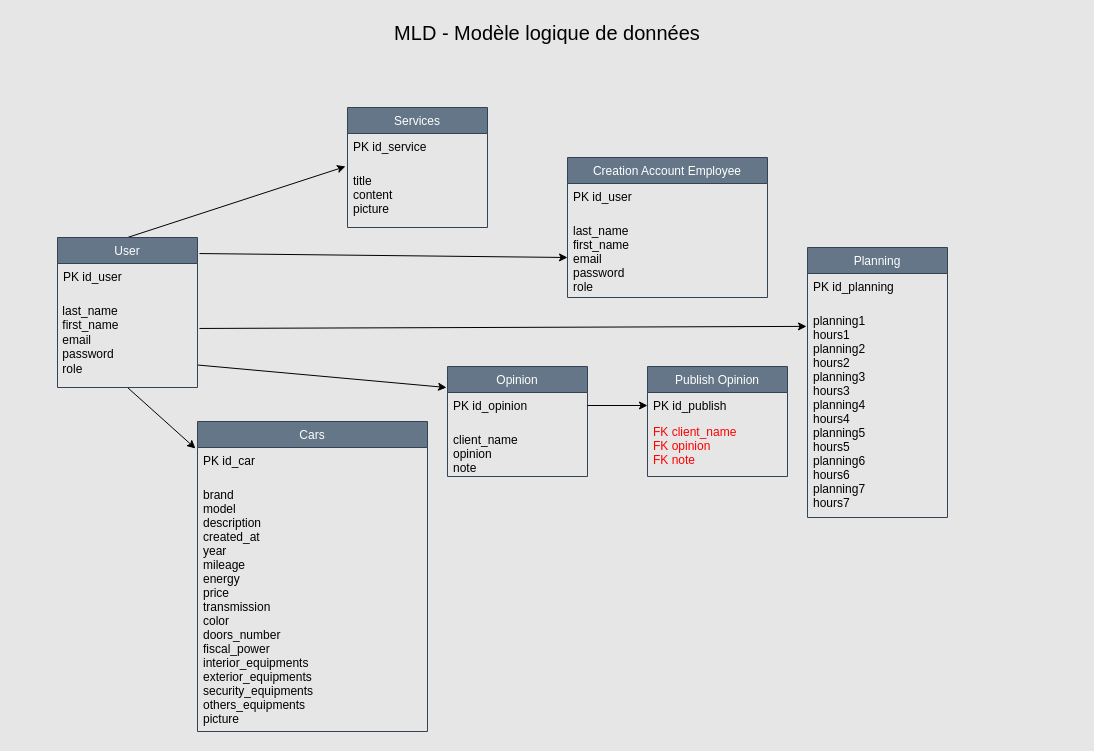
Earlier version of the draw.io diagram Diagrammes/MLD.drawio (Neeruam244/garageparrot). Source tidied: cells renumbered, new cells numbered last; positions are measured from the earlier drawing's top-left corner, leaving out a move shared by most shapes. Both pictures are drawn from the tidied source at 100%, with x=0, y=0 at pixel (17, 17).
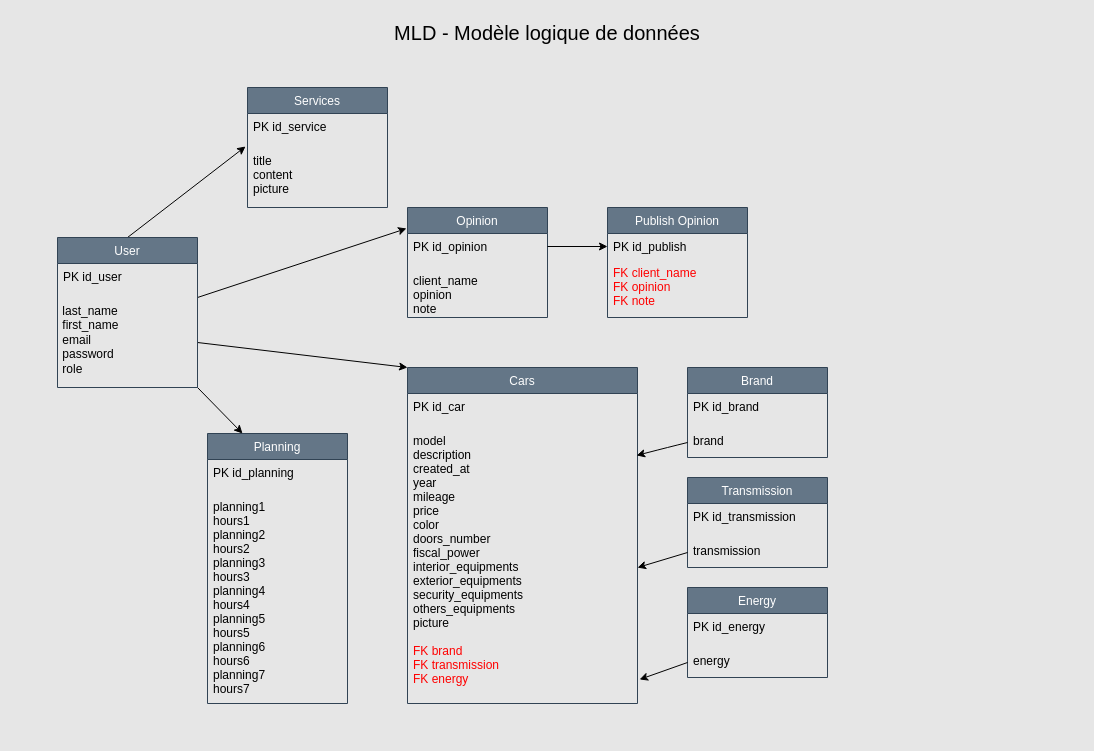
Above is the later version.

Unchanged cells that the change refers to:
```xml
<mxCell id="7" value="planning1 &#10;hours1 &#10;planning2 &#10;hours2 &#10;planning3 &#10;hours3&#10;planning4 &#10;hours4 &#10;planning5 &#10;hours5 &#10;planning6 &#10;hours6&#10;planning7 &#10;hours7 " style="text;strokeColor=none;fillColor=none;align=left;verticalAlign=top;spacingLeft=4;spacingRight=4;overflow=hidden;points=[[0,0.5],[1,0.5]];portConstraint=eastwest;fontColor=#000000;" parent="5" vertex="1">
  <mxGeometry y="60" width="140" height="210" as="geometry" />
</mxCell>
<mxCell id="15" value="PK id_car&#10;" style="text;strokeColor=none;fillColor=none;align=left;verticalAlign=top;spacingLeft=4;spacingRight=4;overflow=hidden;points=[[0,0.5],[1,0.5]];portConstraint=eastwest;fontColor=#000000;" parent="14" vertex="1">
  <mxGeometry y="26" width="230" height="34" as="geometry" />
</mxCell>
<mxCell id="18" value="PK id_publish" style="text;strokeColor=none;fillColor=none;align=left;verticalAlign=top;spacingLeft=4;spacingRight=4;overflow=hidden;points=[[0,0.5],[1,0.5]];portConstraint=eastwest;fontColor=#000000;" parent="17" vertex="1">
  <mxGeometry y="26" width="140" height="26" as="geometry" />
</mxCell>
<mxCell id="27" value="User" style="swimlane;fontStyle=0;horizontal=1;startSize=26;fillColor=#647687;fontColor=#ffffff;strokeColor=#314354;" parent="1" vertex="1">
  <mxGeometry x="40" y="220" width="140" height="150" as="geometry" />
</mxCell>
<mxCell id="29" value="&lt;span style=&quot;color: rgb(0, 0, 0); font-family: Helvetica; font-size: 12px; font-style: normal; font-variant-ligatures: normal; font-variant-caps: normal; font-weight: 400; letter-spacing: normal; orphans: 2; text-align: left; text-indent: 0px; text-transform: none; widows: 2; word-spacing: 0px; -webkit-text-stroke-width: 0px; text-decoration-thickness: initial; text-decoration-style: initial; text-decoration-color: initial; float: none; display: inline !important;&quot;&gt;&amp;nbsp;last_name&lt;/span&gt;&lt;br style=&quot;border-color: rgb(0, 0, 0); padding: 0px; margin: 0px; color: rgb(0, 0, 0); font-family: Helvetica; font-size: 12px; font-style: normal; font-variant-ligatures: normal; font-variant-caps: normal; font-weight: 400; letter-spacing: normal; orphans: 2; text-align: left; text-indent: 0px; text-transform: none; widows: 2; word-spacing: 0px; -webkit-text-stroke-width: 0px; text-decoration-thickness: initial; text-decoration-style: initial; text-decoration-color: initial;&quot;&gt;&lt;span style=&quot;color: rgb(0, 0, 0); font-family: Helvetica; font-size: 12px; font-style: normal; font-variant-ligatures: normal; font-variant-caps: normal; font-weight: 400; letter-spacing: normal; orphans: 2; text-align: left; text-indent: 0px; text-transform: none; widows: 2; word-spacing: 0px; -webkit-text-stroke-width: 0px; text-decoration-thickness: initial; text-decoration-style: initial; text-decoration-color: initial; float: none; display: inline !important;&quot;&gt;&amp;nbsp;first_name&lt;/span&gt;&lt;br style=&quot;border-color: rgb(0, 0, 0); padding: 0px; margin: 0px; color: rgb(0, 0, 0); font-family: Helvetica; font-size: 12px; font-style: normal; font-variant-ligatures: normal; font-variant-caps: normal; font-weight: 400; letter-spacing: normal; orphans: 2; text-align: left; text-indent: 0px; text-transform: none; widows: 2; word-spacing: 0px; -webkit-text-stroke-width: 0px; text-decoration-thickness: initial; text-decoration-style: initial; text-decoration-color: initial;&quot;&gt;&lt;span style=&quot;color: rgb(0, 0, 0); font-family: Helvetica; font-size: 12px; font-style: normal; font-variant-ligatures: normal; font-variant-caps: normal; font-weight: 400; letter-spacing: normal; orphans: 2; text-align: left; text-indent: 0px; text-transform: none; widows: 2; word-spacing: 0px; -webkit-text-stroke-width: 0px; text-decoration-thickness: initial; text-decoration-style: initial; text-decoration-color: initial; float: none; display: inline !important;&quot;&gt;&amp;nbsp;email&amp;nbsp;&lt;/span&gt;&lt;br style=&quot;border-color: rgb(0, 0, 0); padding: 0px; margin: 0px; color: rgb(0, 0, 0); font-family: Helvetica; font-size: 12px; font-style: normal; font-variant-ligatures: normal; font-variant-caps: normal; font-weight: 400; letter-spacing: normal; orphans: 2; text-align: left; text-indent: 0px; text-transform: none; widows: 2; word-spacing: 0px; -webkit-text-stroke-width: 0px; text-decoration-thickness: initial; text-decoration-style: initial; text-decoration-color: initial;&quot;&gt;&lt;span style=&quot;color: rgb(0, 0, 0); font-family: Helvetica; font-size: 12px; font-style: normal; font-variant-ligatures: normal; font-variant-caps: normal; font-weight: 400; letter-spacing: normal; orphans: 2; text-align: left; text-indent: 0px; text-transform: none; widows: 2; word-spacing: 0px; -webkit-text-stroke-width: 0px; text-decoration-thickness: initial; text-decoration-style: initial; text-decoration-color: initial; float: none; display: inline !important;&quot;&gt;&amp;nbsp;password&amp;nbsp;&lt;/span&gt;&lt;br style=&quot;border-color: rgb(0, 0, 0); padding: 0px; margin: 0px; color: rgb(0, 0, 0); font-family: Helvetica; font-size: 12px; font-style: normal; font-variant-ligatures: normal; font-variant-caps: normal; font-weight: 400; letter-spacing: normal; orphans: 2; text-align: left; text-indent: 0px; text-transform: none; widows: 2; word-spacing: 0px; -webkit-text-stroke-width: 0px; text-decoration-thickness: initial; text-decoration-style: initial; text-decoration-color: initial;&quot;&gt;&lt;span style=&quot;color: rgb(0, 0, 0); font-family: Helvetica; font-size: 12px; font-style: normal; font-variant-ligatures: normal; font-variant-caps: normal; font-weight: 400; letter-spacing: normal; orphans: 2; text-align: left; text-indent: 0px; text-transform: none; widows: 2; word-spacing: 0px; -webkit-text-stroke-width: 0px; text-decoration-thickness: initial; text-decoration-style: initial; text-decoration-color: initial; float: none; display: inline !important;&quot;&gt;&amp;nbsp;role&amp;nbsp;&lt;/span&gt;" style="text;whiteSpace=wrap;html=1;" parent="27" vertex="1">
  <mxGeometry y="60" width="140" height="90" as="geometry" />
</mxCell>
```

Change to the diagram source:
```diff
@@
     <mxCell id="2" value="Services" style="swimlane;fontStyle=0;horizontal=1;startSize=26;fillColor=#647687;fontColor=#ffffff;strokeColor=#314354;" parent="1" vertex="1">
-      <mxGeometry x="330" y="90" width="140" height="120" as="geometry" />
+      <mxGeometry x="230" y="70" width="140" height="120" as="geometry" />
     </mxCell>
@@
     <mxCell id="5" value="Planning" style="swimlane;fontStyle=0;horizontal=1;startSize=26;fillColor=#647687;fontColor=#ffffff;strokeColor=#314354;" parent="1" vertex="1">
-      <mxGeometry x="790" y="230" width="140" height="270" as="geometry" />
+      <mxGeometry x="190" y="416" width="140" height="270" as="geometry" />
     </mxCell>
@@
-    <mxCell id="8" value="Creation Account Employee" style="swimlane;fontStyle=0;horizontal=1;startSize=26;fillColor=#647687;fontColor=#ffffff;strokeColor=#314354;" parent="1" vertex="1">
-      <mxGeometry x="550" y="140" width="200" height="140" as="geometry" />
-    </mxCell>
-    <mxCell id="9" value="PK id_user&#10;" style="text;strokeColor=none;fillColor=none;align=left;verticalAlign=top;spacingLeft=4;spacingRight=4;overflow=hidden;fontColor=#000000;" parent="8" vertex="1">
-      <mxGeometry y="26" width="200" height="34" as="geometry" />
-    </mxCell>
-    <mxCell id="10" value="last_name&#10;first_name&#10;email &#10;password &#10;role " style="text;strokeColor=none;fillColor=none;align=left;verticalAlign=top;spacingLeft=4;spacingRight=4;overflow=hidden;points=[[0,0.5],[1,0.5]];portConstraint=eastwest;fontColor=#000000;" parent="8" vertex="1">
-      <mxGeometry y="60" width="200" height="80" as="geometry" />
-    </mxCell>
     <mxCell id="11" value="Opinion" style="swimlane;fontStyle=0;horizontal=1;startSize=26;fillColor=#647687;fontColor=#ffffff;strokeColor=#314354;" parent="1" vertex="1">
-      <mxGeometry x="430" y="349" width="140" height="110" as="geometry" />
+      <mxGeometry x="390" y="190" width="140" height="110" as="geometry" />
     </mxCell>
@@
     <mxCell id="14" value="Cars" style="swimlane;fontStyle=0;horizontal=1;startSize=26;fillColor=#647687;fontColor=#ffffff;strokeColor=#314354;" parent="1" vertex="1">
-      <mxGeometry x="180" y="404" width="230" height="310" as="geometry" />
+      <mxGeometry x="390" y="350" width="230" height="336" as="geometry" />
     </mxCell>
@@
-    <mxCell id="16" value="brand&#10;model&#10;description&#10;created_at&#10;year&#10;mileage&#10;energy&#10;price&#10;transmission&#10;color&#10;doors_number&#10;fiscal_power&#10;interior_equipments&#10;exterior_equipments&#10;security_equipments&#10;others_equipments&#10;picture" style="text;strokeColor=none;fillColor=none;align=left;verticalAlign=top;spacingLeft=4;spacingRight=4;overflow=hidden;points=[[0,0.5],[1,0.5]];portConstraint=eastwest;fontColor=#000000;" parent="14" vertex="1">
-      <mxGeometry y="60" width="230" height="250" as="geometry" />
+    <mxCell id="16" value="model&#10;description&#10;created_at&#10;year&#10;mileage&#10;price&#10;color&#10;doors_number&#10;fiscal_power&#10;interior_equipments&#10;exterior_equipments&#10;security_equipments&#10;others_equipments&#10;picture" style="text;strokeColor=none;fillColor=none;align=left;verticalAlign=top;spacingLeft=4;spacingRight=4;overflow=hidden;points=[[0,0.5],[1,0.5]];portConstraint=eastwest;fontColor=#000000;" parent="14" vertex="1">
+      <mxGeometry y="60" width="230" height="210" as="geometry" />
     </mxCell>
+    <mxCell id="30" value="FK brand &#10;FK transmission&#10;FK energy" style="text;strokeColor=none;fillColor=none;align=left;verticalAlign=top;spacingLeft=4;spacingRight=4;overflow=hidden;points=[[0,0.5],[1,0.5]];portConstraint=eastwest;fontColor=#FF0000;" parent="14" vertex="1">
+      <mxGeometry y="270" width="230" height="66" as="geometry" />
+    </mxCell>
     <mxCell id="17" value="Publish Opinion" style="swimlane;fontStyle=0;horizontal=1;startSize=26;fillColor=#647687;fontColor=#ffffff;strokeColor=#314354;" parent="1" vertex="1">
-      <mxGeometry x="630" y="349" width="140" height="110" as="geometry" />
+      <mxGeometry x="590" y="190" width="140" height="110" as="geometry" />
     </mxCell>
@@
-    <mxCell id="21" style="endArrow=classic;html=1;strokeColor=#000000;fontColor=#FF0000;entryX=-0.007;entryY=0.09;entryDx=0;entryDy=0;entryPerimeter=0;exitX=1.014;exitY=0.344;exitDx=0;exitDy=0;exitPerimeter=0;" parent="1" edge="1" source="29" target="7">
+    <mxCell id="21" style="endArrow=classic;html=1;strokeColor=#000000;fontColor=#FF0000;entryX=0.25;entryY=0;entryDx=0;entryDy=0;exitX=1;exitY=1;exitDx=0;exitDy=0;" parent="1" edge="1" source="29" target="5">
       <mxGeometry relative="1" as="geometry" />
     </mxCell>
-    <mxCell id="22" style="endArrow=classic;html=1;strokeColor=#000000;fontColor=#FF0000;entryX=0;entryY=0.5;entryDx=0;entryDy=0;exitX=1.014;exitY=0.107;exitDx=0;exitDy=0;exitPerimeter=0;" parent="1" edge="1" source="27" target="10">
-      <mxGeometry relative="1" as="geometry" />
-    </mxCell>
-    <mxCell id="23" style="endArrow=classic;html=1;strokeColor=#000000;fontColor=#FF0000;entryX=-0.007;entryY=0.191;entryDx=0;entryDy=0;entryPerimeter=0;exitX=1;exitY=0.75;exitDx=0;exitDy=0;" parent="1" edge="1" source="29" target="11">
+    <mxCell id="23" style="endArrow=classic;html=1;strokeColor=#000000;fontColor=#FF0000;entryX=-0.007;entryY=0.191;entryDx=0;entryDy=0;entryPerimeter=0;exitX=1;exitY=0;exitDx=0;exitDy=0;" parent="1" edge="1" source="29" target="11">
       <mxGeometry relative="1" as="geometry" />
     </mxCell>
-    <mxCell id="24" style="endArrow=classic;html=1;strokeColor=#000000;fontColor=#FF0000;entryX=-0.009;entryY=0.029;entryDx=0;entryDy=0;exitX=0.5;exitY=1;exitDx=0;exitDy=0;entryPerimeter=0;" parent="1" edge="1" source="29" target="15">
+    <mxCell id="24" style="endArrow=classic;html=1;strokeColor=#000000;fontColor=#FF0000;entryX=0;entryY=0;entryDx=0;entryDy=0;exitX=1;exitY=0.5;exitDx=0;exitDy=0;" parent="1" edge="1" source="29" target="14">
       <mxGeometry relative="1" as="geometry" />
     </mxCell>
     <mxCell id="25" style="endArrow=classic;html=1;strokeColor=#000000;fontColor=#FF0000;entryX=0;entryY=0.5;entryDx=0;entryDy=0;" parent="1" edge="1" target="18">
       <mxGeometry relative="1" as="geometry">
-        <mxPoint x="570" y="388" as="sourcePoint" />
+        <mxPoint x="530" y="229" as="sourcePoint" />
       </mxGeometry>
     </mxCell>
@@
+    <mxCell id="31" value="Brand" style="swimlane;fontStyle=0;horizontal=1;startSize=26;fillColor=#647687;fontColor=#ffffff;strokeColor=#314354;" parent="1" vertex="1">
+      <mxGeometry x="670" y="350" width="140" height="90" as="geometry" />
+    </mxCell>
+    <mxCell id="32" value="PK id_brand" style="text;strokeColor=none;fillColor=none;align=left;verticalAlign=top;spacingLeft=4;spacingRight=4;overflow=hidden;fontColor=#000000;" parent="31" vertex="1">
+      <mxGeometry y="26" width="140" height="34" as="geometry" />
+    </mxCell>
+    <mxCell id="33" value="brand" style="text;strokeColor=none;fillColor=none;align=left;verticalAlign=top;spacingLeft=4;spacingRight=4;overflow=hidden;points=[[0,0.5],[1,0.5]];portConstraint=eastwest;fontColor=#000000;" parent="31" vertex="1">
+      <mxGeometry y="60" width="140" height="30" as="geometry" />
+    </mxCell>
+    <mxCell id="34" value="Transmission" style="swimlane;fontStyle=0;horizontal=1;startSize=26;fillColor=#647687;fontColor=#ffffff;strokeColor=#314354;" parent="1" vertex="1">
+      <mxGeometry x="670" y="460" width="140" height="90" as="geometry" />
+    </mxCell>
+    <mxCell id="35" value="PK id_transmission" style="text;strokeColor=none;fillColor=none;align=left;verticalAlign=top;spacingLeft=4;spacingRight=4;overflow=hidden;fontColor=#000000;" parent="34" vertex="1">
+      <mxGeometry y="26" width="140" height="34" as="geometry" />
+    </mxCell>
+    <mxCell id="36" value="transmission" style="text;strokeColor=none;fillColor=none;align=left;verticalAlign=top;spacingLeft=4;spacingRight=4;overflow=hidden;points=[[0,0.5],[1,0.5]];portConstraint=eastwest;fontColor=#000000;" parent="34" vertex="1">
+      <mxGeometry y="60" width="140" height="30" as="geometry" />
+    </mxCell>
+    <mxCell id="37" value="Energy" style="swimlane;fontStyle=0;horizontal=1;startSize=26;fillColor=#647687;fontColor=#ffffff;strokeColor=#314354;" parent="1" vertex="1">
+      <mxGeometry x="670" y="570" width="140" height="90" as="geometry" />
+    </mxCell>
+    <mxCell id="38" value="PK id_energy" style="text;strokeColor=none;fillColor=none;align=left;verticalAlign=top;spacingLeft=4;spacingRight=4;overflow=hidden;fontColor=#000000;" parent="37" vertex="1">
+      <mxGeometry y="26" width="140" height="34" as="geometry" />
+    </mxCell>
+    <mxCell id="39" value="energy" style="text;strokeColor=none;fillColor=none;align=left;verticalAlign=top;spacingLeft=4;spacingRight=4;overflow=hidden;points=[[0,0.5],[1,0.5]];portConstraint=eastwest;fontColor=#000000;" parent="37" vertex="1">
+      <mxGeometry y="60" width="140" height="30" as="geometry" />
+    </mxCell>
+    <mxCell id="40" style="endArrow=classic;html=1;strokeColor=#000000;fontColor=#FF0000;entryX=0.996;entryY=0.133;entryDx=0;entryDy=0;exitX=0;exitY=0.5;exitDx=0;exitDy=0;entryPerimeter=0;" parent="1" edge="1" source="33" target="16">
+      <mxGeometry relative="1" as="geometry">
+        <Array as="points">
+          <mxPoint x="650" y="430" />
+        </Array>
+      </mxGeometry>
+    </mxCell>
+    <mxCell id="41" style="endArrow=classic;html=1;strokeColor=#000000;fontColor=#FF0000;entryX=1;entryY=0.667;entryDx=0;entryDy=0;exitX=0;exitY=0.5;exitDx=0;exitDy=0;entryPerimeter=0;" parent="1" edge="1" source="36" target="16">
+      <mxGeometry relative="1" as="geometry" />
+    </mxCell>
+    <mxCell id="42" style="endArrow=classic;html=1;strokeColor=#000000;fontColor=#FF0000;entryX=1.009;entryY=0.636;entryDx=0;entryDy=0;exitX=0;exitY=0.5;exitDx=0;exitDy=0;entryPerimeter=0;" parent="1" edge="1" source="39" target="30">
+      <mxGeometry relative="1" as="geometry" />
+    </mxCell>
```
